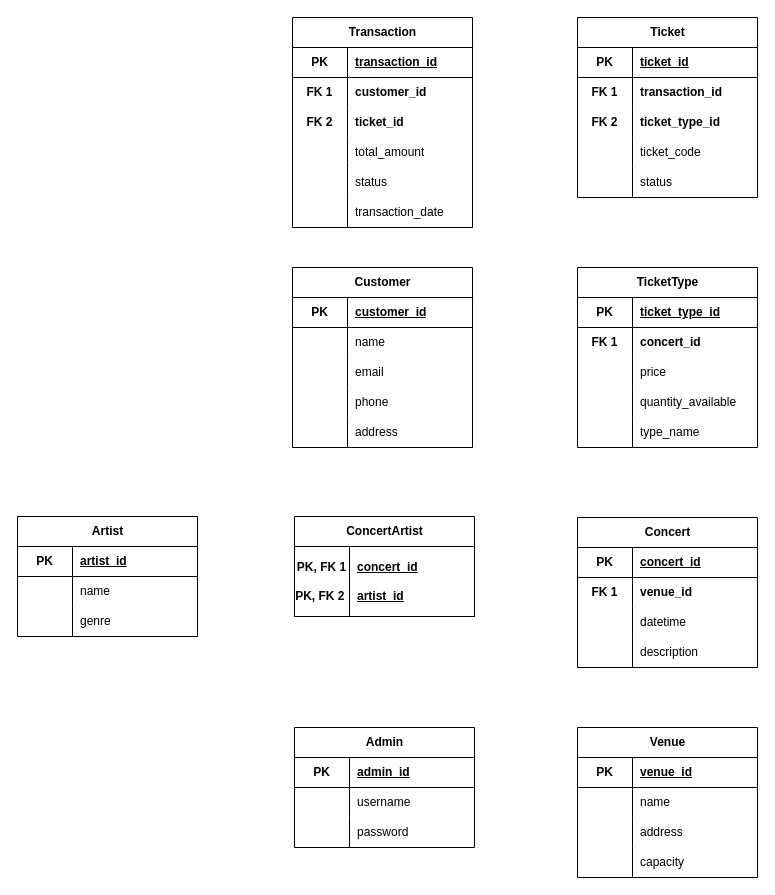
Earlier version of the draw.io diagram Soal3-Modul1-SBD.drawio (yudi0312/Sistem-Basis-Data). Source tidied: cells renumbered, new cells numbered last; positions are measured from the earlier drawing's top-left corner, leaving out a move shared by most shapes. Both pictures are drawn from the tidied source at 100%, with x=0, y=0 at pixel (17, 17).
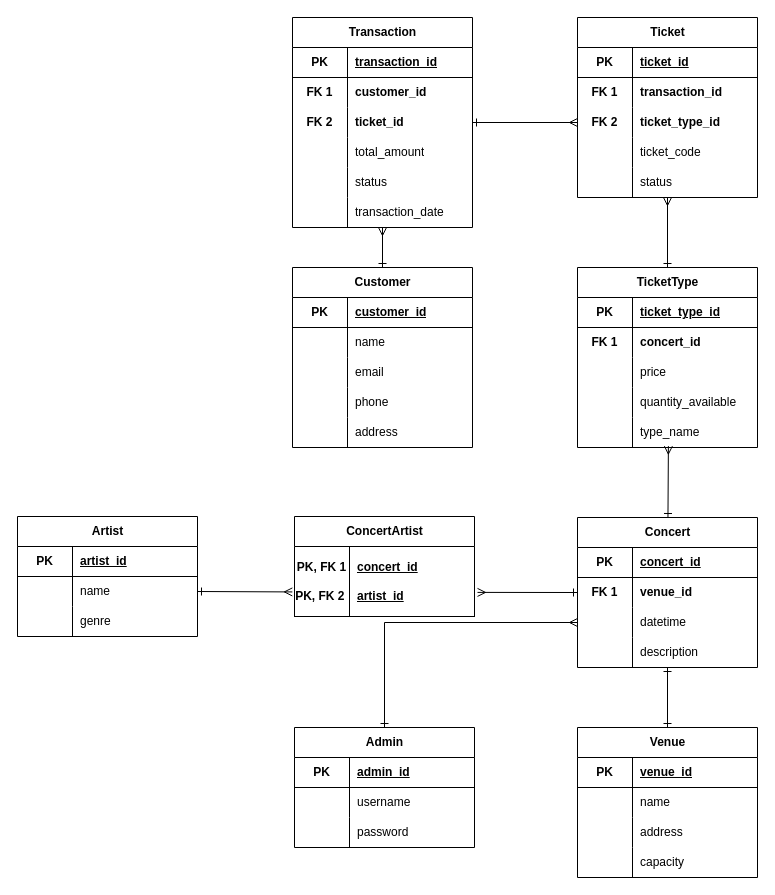
The same diagram, later.

The change refers to these unchanged cells:
```xml
<mxCell id="2" value="Customer" style="shape=table;startSize=30;childLayout=tableLayout;rowLines=0;fontStyle=1;align=center;html=1;" parent="1" vertex="1">
  <mxGeometry x="275" y="250" width="180" height="180" as="geometry" />
</mxCell>
<mxCell id="25" style="shape=tableRow;horizontal=0;startSize=0;swimlaneHead=0;swimlaneBody=0;fillColor=none;points=[[0,0.5],[1,0.5]];portConstraint=eastwest;top=0;left=0;right=0;bottom=0;" parent="18" vertex="1">
  <mxGeometry y="90" width="180" height="30" as="geometry" />
</mxCell>
<mxCell id="34" style="shape=tableRow;horizontal=0;startSize=0;swimlaneHead=0;swimlaneBody=0;fillColor=none;points=[[0,0.5],[1,0.5]];portConstraint=eastwest;top=0;left=0;right=0;bottom=0;" parent="18" vertex="1">
  <mxGeometry y="180" width="180" height="30" as="geometry" />
</mxCell>
<mxCell id="44" style="shape=tableRow;horizontal=0;startSize=0;swimlaneHead=0;swimlaneBody=0;fillColor=none;points=[[0,0.5],[1,0.5]];portConstraint=eastwest;top=0;left=0;right=0;bottom=0;" parent="37" vertex="1">
  <mxGeometry y="90" width="180" height="30" as="geometry" />
</mxCell>
<mxCell id="50" style="shape=tableRow;horizontal=0;startSize=0;swimlaneHead=0;swimlaneBody=0;fillColor=none;points=[[0,0.5],[1,0.5]];portConstraint=eastwest;top=0;left=0;right=0;bottom=0;" parent="37" vertex="1">
  <mxGeometry y="150" width="180" height="30" as="geometry" />
</mxCell>
<mxCell id="53" value="TicketType" style="shape=table;startSize=30;childLayout=tableLayout;rowLines=0;fontStyle=1;align=center;html=1;" parent="1" vertex="1">
  <mxGeometry x="560" y="250" width="180" height="180" as="geometry" />
</mxCell>
<mxCell id="66" style="shape=tableRow;horizontal=0;startSize=0;swimlaneHead=0;swimlaneBody=0;fillColor=none;points=[[0,0.5],[1,0.5]];portConstraint=eastwest;top=0;left=0;right=0;bottom=0;" parent="53" vertex="1">
  <mxGeometry y="150" width="180" height="30" as="geometry" />
</mxCell>
<mxCell id="69" value="Concert" style="shape=table;startSize=30;childLayout=tableLayout;rowLines=0;fontStyle=1;align=center;html=1;" parent="1" vertex="1">
  <mxGeometry x="560" y="500" width="180" height="150" as="geometry" />
</mxCell>
<mxCell id="73" style="shape=tableRow;horizontal=0;startSize=0;swimlaneHead=0;swimlaneBody=0;fillColor=none;points=[[0,0.5],[1,0.5]];portConstraint=eastwest;top=0;left=0;right=0;bottom=0;" parent="69" vertex="1">
  <mxGeometry y="60" width="180" height="30" as="geometry" />
</mxCell>
<mxCell id="76" style="shape=tableRow;horizontal=0;startSize=0;swimlaneHead=0;swimlaneBody=0;fillColor=none;points=[[0,0.5],[1,0.5]];portConstraint=eastwest;top=0;left=0;right=0;bottom=0;" parent="69" vertex="1">
  <mxGeometry y="90" width="180" height="30" as="geometry" />
</mxCell>
<mxCell id="79" style="shape=tableRow;horizontal=0;startSize=0;swimlaneHead=0;swimlaneBody=0;fillColor=none;points=[[0,0.5],[1,0.5]];portConstraint=eastwest;top=0;left=0;right=0;bottom=0;" parent="69" vertex="1">
  <mxGeometry y="120" width="180" height="30" as="geometry" />
</mxCell>
<mxCell id="82" value="Venue" style="shape=table;startSize=30;childLayout=tableLayout;rowLines=0;fontStyle=1;align=center;html=1;" parent="1" vertex="1">
  <mxGeometry x="560" y="710" width="180" height="150" as="geometry" />
</mxCell>
<mxCell id="96" style="shape=tableRow;horizontal=0;startSize=0;swimlaneHead=0;swimlaneBody=0;fillColor=none;points=[[0,0.5],[1,0.5]];portConstraint=eastwest;top=0;left=0;right=0;bottom=1;" parent="95" vertex="1">
  <mxGeometry y="30" width="180" height="70" as="geometry" />
</mxCell>
<mxCell id="103" style="shape=tableRow;horizontal=0;startSize=0;swimlaneHead=0;swimlaneBody=0;fillColor=none;points=[[0,0.5],[1,0.5]];portConstraint=eastwest;top=0;left=0;right=0;bottom=0;" parent="99" vertex="1">
  <mxGeometry y="60" width="180" height="30" as="geometry" />
</mxCell>
<mxCell id="109" value="Admin" style="shape=table;startSize=30;childLayout=tableLayout;rowLines=0;fontStyle=1;align=center;html=1;" parent="1" vertex="1">
  <mxGeometry x="277" y="710" width="180" height="120" as="geometry" />
</mxCell>
```

What changed in the source:
```diff
@@
+    <mxCell id="119" style="edgeStyle=none;rounded=0;jettySize=auto;html=1;exitX=0.5;exitY=0;exitDx=0;exitDy=0;entryX=0;entryY=0.5;entryDx=0;entryDy=0;endArrow=ERmany;endFill=0;startArrow=ERone;startFill=0;" parent="1" edge="1" source="109" target="76">
+      <mxGeometry relative="1" as="geometry">
+        <Array as="points">
+          <mxPoint x="367" y="605" />
+        </Array>
+      </mxGeometry>
+    </mxCell>
@@
+    <mxCell id="120" style="edgeStyle=none;rounded=0;jettySize=auto;html=1;entryX=0.5;entryY=1;entryDx=0;entryDy=0;entryPerimeter=0;startArrow=ERone;startFill=0;endArrow=ERmany;endFill=0;" parent="1" edge="1" source="2" target="34">
+      <mxGeometry relative="1" as="geometry" />
+    </mxCell>
+    <mxCell id="121" style="edgeStyle=none;rounded=0;jettySize=auto;html=1;entryX=0;entryY=0.5;entryDx=0;entryDy=0;startArrow=ERone;startFill=0;endArrow=ERmany;endFill=0;" parent="1" edge="1" source="25" target="44">
+      <mxGeometry relative="1" as="geometry" />
+    </mxCell>
+    <mxCell id="122" style="edgeStyle=none;rounded=0;jettySize=auto;html=1;entryX=0.5;entryY=1;entryDx=0;entryDy=0;entryPerimeter=0;endArrow=ERmany;endFill=0;startArrow=ERone;startFill=0;" parent="1" edge="1" source="53" target="50">
+      <mxGeometry relative="1" as="geometry" />
+    </mxCell>
+    <mxCell id="123" style="edgeStyle=none;rounded=0;jettySize=auto;html=1;entryX=0.505;entryY=0.954;entryDx=0;entryDy=0;entryPerimeter=0;endArrow=ERmany;endFill=0;startArrow=ERone;startFill=0;" parent="1" edge="1" source="69" target="66">
+      <mxGeometry relative="1" as="geometry" />
+    </mxCell>
+    <mxCell id="124" style="edgeStyle=none;rounded=0;jettySize=auto;html=1;entryX=0.5;entryY=1;entryDx=0;entryDy=0;entryPerimeter=0;endArrow=ERone;endFill=0;startArrow=ERone;startFill=0;" parent="1" edge="1" source="82" target="79">
+      <mxGeometry relative="1" as="geometry" />
+    </mxCell>
+    <mxCell id="125" style="edgeStyle=none;rounded=0;jettySize=auto;html=1;exitX=0;exitY=0.5;exitDx=0;exitDy=0;endArrow=ERmany;endFill=0;startArrow=ERone;startFill=0;" parent="1" edge="1" source="73">
+      <mxGeometry relative="1" as="geometry">
+        <mxPoint x="460" y="574.9" as="targetPoint" />
+      </mxGeometry>
+    </mxCell>
+    <mxCell id="126" style="edgeStyle=none;rounded=0;jettySize=auto;html=1;exitX=1;exitY=0.5;exitDx=0;exitDy=0;endArrow=ERmany;endFill=0;startArrow=ERone;startFill=0;entryX=-0.012;entryY=0.649;entryDx=0;entryDy=0;entryPerimeter=0;" parent="1" edge="1" source="103" target="96">
+      <mxGeometry relative="1" as="geometry" />
+    </mxCell>
```
